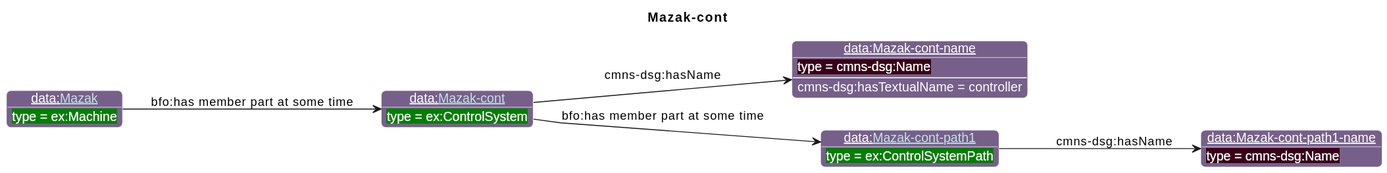
Before: diagrams/Mazak-cont.svg, a diagram exported from PlantUML (iofoundry/example-syseng-mtconnect).
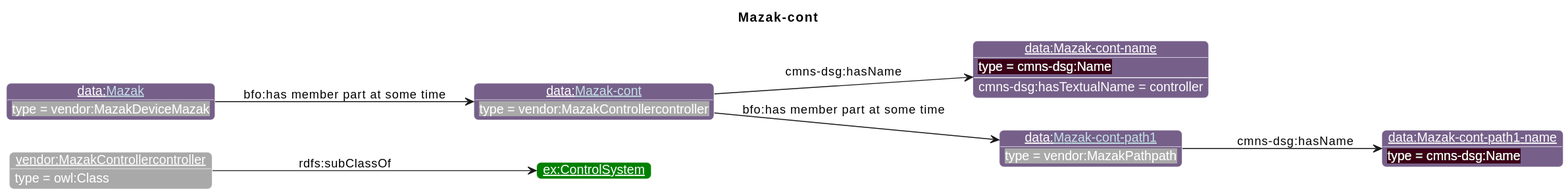
The same file after the commit.

Diff of the diagram source:
```diff
@@ -19,14 +19,17 @@
                       "ns1":"76608A",
 "ex":"Green","data":"76608A","core":"000000","units":"8A2D3B","qp":"641B2E","cmns-dsg":"3A0519"
 }
-individual(o1, data:[[./Mazak-cont.html Mazak-cont]], ex:ControlSystem)
-individual(o2, data:Mazak-cont-name, cmns-dsg:Name)
-individual(o3, data:[[./Mazak-cont-path1.html Mazak-cont-path1]], ex:ControlSystemPath)
-individual(o4, data:Mazak-cont-path1-name, cmns-dsg:Name)
-individual(o5, data:[[./Mazak.html Mazak]], ex:Machine)
-property(o1, cmns-dsg:hasName, o2)
-data(o2, cmns-dsg:hasTextualName, controller)
-property(o1, "bfo:has member part at some time", o3)
+individual(o1, vendor:MazakControllercontroller, owl:Class)
+individual(o2, ex:ControlSystem)
+individual(o3, data:[[./Mazak-cont.html Mazak-cont]], vendor:MazakControllercontroller)
+individual(o4, data:Mazak-cont-name, cmns-dsg:Name)
+individual(o5, data:[[./Mazak-cont-path1.html Mazak-cont-path1]], vendor:MazakPathpath)
+individual(o6, data:Mazak-cont-path1-name, cmns-dsg:Name)
+individual(o7, data:[[./Mazak.html Mazak]], vendor:MazakDeviceMazak)
+property(o1, rdfs:subClassOf, o2)
 property(o3, cmns-dsg:hasName, o4)
-property(o5, "bfo:has member part at some time", o1)
+data(o4, cmns-dsg:hasTextualName, controller)
+property(o3, "bfo:has member part at some time", o5)
+property(o5, cmns-dsg:hasName, o6)
+property(o7, "bfo:has member part at some time", o3)
 @enduml
```
